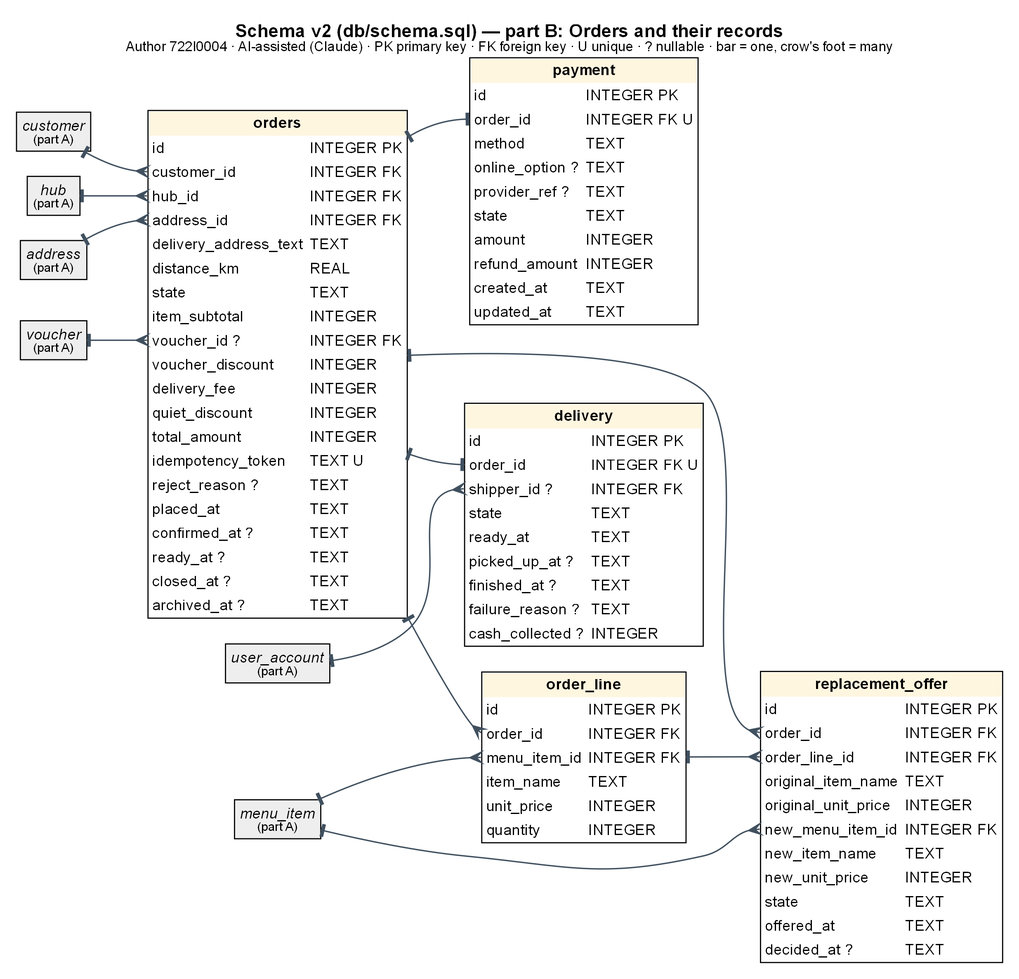
Before: models/shared/erd_final_PartB.png, a diagram exported from Graphviz (Dat071104/SaigonBite). Its source is kept beside it as models/shared/erd_final_PartB.dot.
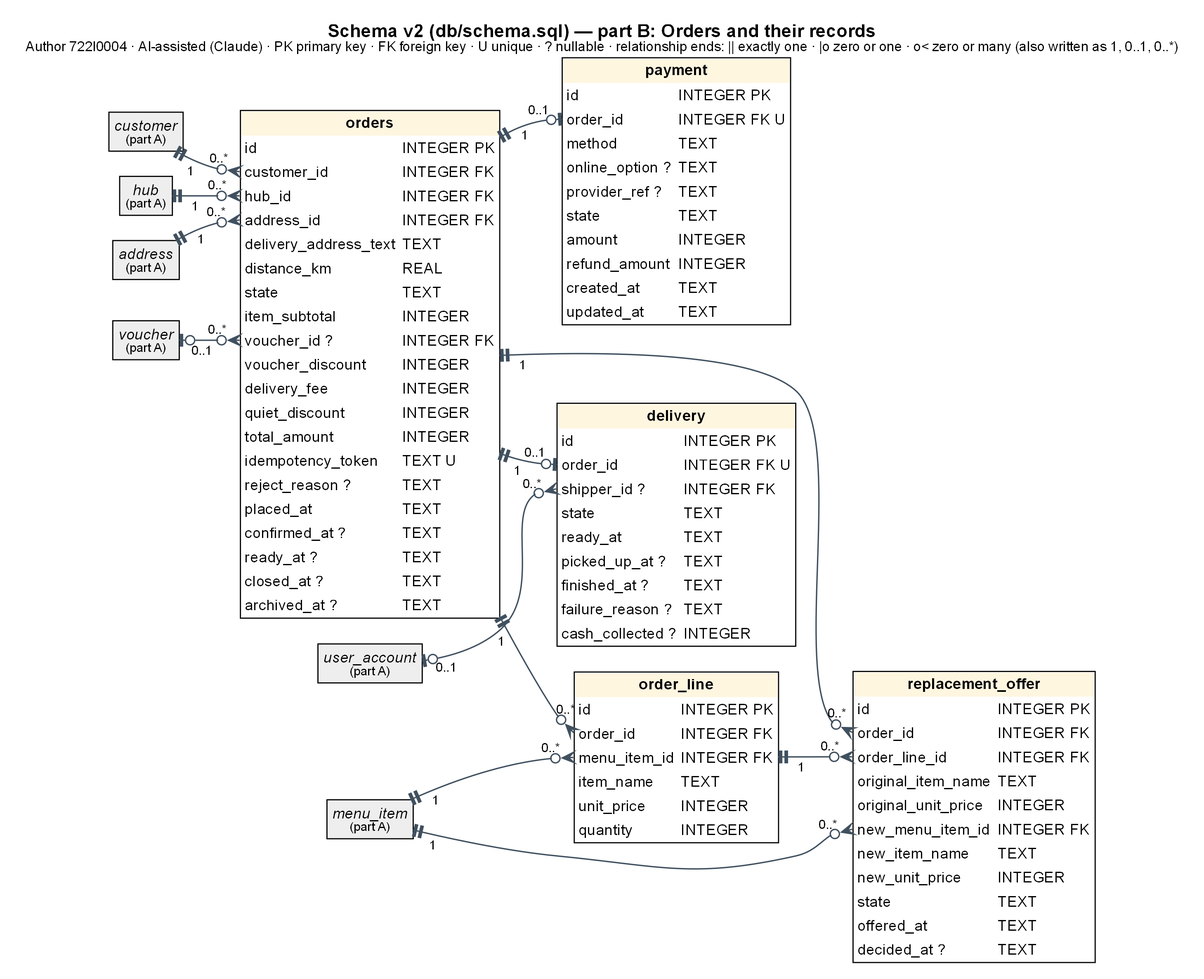
After the change.

Change to the diagram source:
```diff
@@ -1,6 +1,6 @@
 digraph ERD {
 graph [rankdir=LR, nodesep=0.3, ranksep=0.7, fontname="Arial", fontsize=16, pad=0.2, dpi=200, labelloc="t",
- label=<<B>Schema v2 (db/schema.sql) — part B: Orders and their records</B><BR/><FONT POINT-SIZE="12">Author 722I0004 · AI-assisted (Claude) · PK primary key · FK foreign key · U unique · ? nullable · bar = one, crow's foot = many</FONT>>];
+ label=<<B>Schema v2 (db/schema.sql) — part B: Orders and their records</B><BR/><FONT POINT-SIZE="12">Author 722I0004 · AI-assisted (Claude) · PK primary key · FK foreign key · U unique · ? nullable · relationship ends: || exactly one · |o zero or one · o&lt; zero or many (also written as 1, 0..1, 0..*)</FONT>>];
 node [shape=plain, fontname="Arial", fontsize=13];
 edge [color="#40505F", penwidth=1.2];
 "orders" [label=<<TABLE BORDER="1" CELLBORDER="0" CELLSPACING="0" CELLPADDING="3" BGCOLOR="white"><TR><TD BGCOLOR="#FFF6E0" COLSPAN="2"><B>orders</B></TD></TR><TR><TD ALIGN="LEFT" PORT="id">id</TD><TD ALIGN="LEFT">INTEGER PK</TD></TR><TR><TD ALIGN="LEFT" PORT="customer_id">customer_id</TD><TD ALIGN="LEFT">INTEGER FK</TD></TR><TR><TD ALIGN="LEFT" PORT="hub_id">hub_id</TD><TD ALIGN="LEFT">INTEGER FK</TD></TR><TR><TD ALIGN="LEFT" PORT="address_id">address_id</TD><TD ALIGN="LEFT">INTEGER FK</TD></TR><TR><TD ALIGN="LEFT" PORT="delivery_address_text">delivery_address_text</TD><TD ALIGN="LEFT">TEXT </TD></TR><TR><TD ALIGN="LEFT" PORT="distance_km">distance_km</TD><TD ALIGN="LEFT">REAL </TD></TR><TR><TD ALIGN="LEFT" PORT="state">state</TD><TD ALIGN="LEFT">TEXT </TD></TR><TR><TD ALIGN="LEFT" PORT="item_subtotal">item_subtotal</TD><TD ALIGN="LEFT">INTEGER </TD></TR><TR><TD ALIGN="LEFT" PORT="voucher_id">voucher_id ?</TD><TD ALIGN="LEFT">INTEGER FK</TD></TR><TR><TD ALIGN="LEFT" PORT="voucher_discount">voucher_discount</TD><TD ALIGN="LEFT">INTEGER </TD></TR><TR><TD ALIGN="LEFT" PORT="delivery_fee">delivery_fee</TD><TD ALIGN="LEFT">INTEGER </TD></TR><TR><TD ALIGN="LEFT" PORT="quiet_discount">quiet_discount</TD><TD ALIGN="LEFT">INTEGER </TD></TR><TR><TD ALIGN="LEFT" PORT="total_amount">total_amount</TD><TD ALIGN="LEFT">INTEGER </TD></TR><TR><TD ALIGN="LEFT" PORT="idempotency_token">idempotency_token</TD><TD ALIGN="LEFT">TEXT U</TD></TR><TR><TD ALIGN="LEFT" PORT="reject_reason">reject_reason ?</TD><TD ALIGN="LEFT">TEXT </TD></TR><TR><TD ALIGN="LEFT" PORT="placed_at">placed_at</TD><TD ALIGN="LEFT">TEXT </TD></TR><TR><TD ALIGN="LEFT" PORT="confirmed_at">confirmed_at ?</TD><TD ALIGN="LEFT">TEXT </TD></TR><TR><TD ALIGN="LEFT" PORT="ready_at">ready_at ?</TD><TD ALIGN="LEFT">TEXT </TD></TR><TR><TD ALIGN="LEFT" PORT="closed_at">closed_at ?</TD><TD ALIGN="LEFT">TEXT </TD></TR><TR><TD ALIGN="LEFT" PORT="archived_at">archived_at ?</TD><TD ALIGN="LEFT">TEXT </TD></TR></TABLE>>];
@@ -9,21 +9,21 @@
 "delivery" [label=<<TABLE BORDER="1" CELLBORDER="0" CELLSPACING="0" CELLPADDING="3" BGCOLOR="white"><TR><TD BGCOLOR="#FFF6E0" COLSPAN="2"><B>delivery</B></TD></TR><TR><TD ALIGN="LEFT" PORT="id">id</TD><TD ALIGN="LEFT">INTEGER PK</TD></TR><TR><TD ALIGN="LEFT" PORT="order_id">order_id</TD><TD ALIGN="LEFT">INTEGER FK U</TD></TR><TR><TD ALIGN="LEFT" PORT="shipper_id">shipper_id ?</TD><TD ALIGN="LEFT">INTEGER FK</TD></TR><TR><TD ALIGN="LEFT" PORT="state">state</TD><TD ALIGN="LEFT">TEXT </TD></TR><TR><TD ALIGN="LEFT" PORT="ready_at">ready_at</TD><TD ALIGN="LEFT">TEXT </TD></TR><TR><TD ALIGN="LEFT" PORT="picked_up_at">picked_up_at ?</TD><TD ALIGN="LEFT">TEXT </TD></TR><TR><TD ALIGN="LEFT" PORT="finished_at">finished_at ?</TD><TD ALIGN="LEFT">TEXT </TD></TR><TR><TD ALIGN="LEFT" PORT="failure_reason">failure_reason ?</TD><TD ALIGN="LEFT">TEXT </TD></TR><TR><TD ALIGN="LEFT" PORT="cash_collected">cash_collected ?</TD><TD ALIGN="LEFT">INTEGER </TD></TR></TABLE>>];
 "replacement_offer" [label=<<TABLE BORDER="1" CELLBORDER="0" CELLSPACING="0" CELLPADDING="3" BGCOLOR="white"><TR><TD BGCOLOR="#FFF6E0" COLSPAN="2"><B>replacement_offer</B></TD></TR><TR><TD ALIGN="LEFT" PORT="id">id</TD><TD ALIGN="LEFT">INTEGER PK</TD></TR><TR><TD ALIGN="LEFT" PORT="order_id">order_id</TD><TD ALIGN="LEFT">INTEGER FK</TD></TR><TR><TD ALIGN="LEFT" PORT="order_line_id">order_line_id</TD><TD ALIGN="LEFT">INTEGER FK</TD></TR><TR><TD ALIGN="LEFT" PORT="original_item_name">original_item_name</TD><TD ALIGN="LEFT">TEXT </TD></TR><TR><TD ALIGN="LEFT" PORT="original_unit_price">original_unit_price</TD><TD ALIGN="LEFT">INTEGER </TD></TR><TR><TD ALIGN="LEFT" PORT="new_menu_item_id">new_menu_item_id</TD><TD ALIGN="LEFT">INTEGER FK</TD></TR><TR><TD ALIGN="LEFT" PORT="new_item_name">new_item_name</TD><TD ALIGN="LEFT">TEXT </TD></TR><TR><TD ALIGN="LEFT" PORT="new_unit_price">new_unit_price</TD><TD ALIGN="LEFT">INTEGER </TD></TR><TR><TD ALIGN="LEFT" PORT="state">state</TD><TD ALIGN="LEFT">TEXT </TD></TR><TR><TD ALIGN="LEFT" PORT="offered_at">offered_at</TD><TD ALIGN="LEFT">TEXT </TD></TR><TR><TD ALIGN="LEFT" PORT="decided_at">decided_at ?</TD><TD ALIGN="LEFT">TEXT </TD></TR></TABLE>>];
 "voucher" [label=<<TABLE BORDER="1" CELLBORDER="0" BGCOLOR="#EEEEEE"><TR><TD><I>voucher</I><BR/><FONT POINT-SIZE="11">(part A)</FONT></TD></TR></TABLE>>];
-"voucher" -> "orders":"voucher_id" [arrowhead=crow, arrowtail=tee, dir=both];
+"voucher" -> "orders":"voucher_id" [arrowhead=crowodot, arrowtail=teeodot, dir=both, headlabel="0..*", taillabel="0..1", labelfontsize=11, labelfontname=Arial, labeldistance=2.2];
 "address" [label=<<TABLE BORDER="1" CELLBORDER="0" BGCOLOR="#EEEEEE"><TR><TD><I>address</I><BR/><FONT POINT-SIZE="11">(part A)</FONT></TD></TR></TABLE>>];
-"address" -> "orders":"address_id" [arrowhead=crow, arrowtail=tee, dir=both];
+"address" -> "orders":"address_id" [arrowhead=crowodot, arrowtail=teetee, dir=both, headlabel="0..*", taillabel="1", labelfontsize=11, labelfontname=Arial, labeldistance=2.2];
 "hub" [label=<<TABLE BORDER="1" CELLBORDER="0" BGCOLOR="#EEEEEE"><TR><TD><I>hub</I><BR/><FONT POINT-SIZE="11">(part A)</FONT></TD></TR></TABLE>>];
-"hub" -> "orders":"hub_id" [arrowhead=crow, arrowtail=tee, dir=both];
+"hub" -> "orders":"hub_id" [arrowhead=crowodot, arrowtail=teetee, dir=both, headlabel="0..*", taillabel="1", labelfontsize=11, labelfontname=Arial, labeldistance=2.2];
 "customer" [label=<<TABLE BORDER="1" CELLBORDER="0" BGCOLOR="#EEEEEE"><TR><TD><I>customer</I><BR/><FONT POINT-SIZE="11">(part A)</FONT></TD></TR></TABLE>>];
-"customer" -> "orders":"customer_id" [arrowhead=crow, arrowtail=tee, dir=both];
+"customer" -> "orders":"customer_id" [arrowhead=crowodot, arrowtail=teetee, dir=both, headlabel="0..*", taillabel="1", labelfontsize=11, labelfontname=Arial, labeldistance=2.2];
 "menu_item" [label=<<TABLE BORDER="1" CELLBORDER="0" BGCOLOR="#EEEEEE"><TR><TD><I>menu_item</I><BR/><FONT POINT-SIZE="11">(part A)</FONT></TD></TR></TABLE>>];
-"menu_item" -> "order_line":"menu_item_id" [arrowhead=crow, arrowtail=tee, dir=both];
-"orders" -> "order_line":"order_id" [arrowhead=crow, arrowtail=tee, dir=both];
-"orders" -> "payment":"order_id" [arrowhead=tee, arrowtail=tee, dir=both];
+"menu_item" -> "order_line":"menu_item_id" [arrowhead=crowodot, arrowtail=teetee, dir=both, headlabel="0..*", taillabel="1", labelfontsize=11, labelfontname=Arial, labeldistance=2.2];
+"orders" -> "order_line":"order_id" [arrowhead=crowodot, arrowtail=teetee, dir=both, headlabel="0..*", taillabel="1", labelfontsize=11, labelfontname=Arial, labeldistance=2.2];
+"orders" -> "payment":"order_id" [arrowhead=teeodot, arrowtail=teetee, dir=both, headlabel="0..1", taillabel="1", labelfontsize=11, labelfontname=Arial, labeldistance=2.2];
 "user_account" [label=<<TABLE BORDER="1" CELLBORDER="0" BGCOLOR="#EEEEEE"><TR><TD><I>user_account</I><BR/><FONT POINT-SIZE="11">(part A)</FONT></TD></TR></TABLE>>];
-"user_account" -> "delivery":"shipper_id" [arrowhead=crow, arrowtail=tee, dir=both];
-"orders" -> "delivery":"order_id" [arrowhead=tee, arrowtail=tee, dir=both];
-"menu_item" -> "replacement_offer":"new_menu_item_id" [arrowhead=crow, arrowtail=tee, dir=both];
-"order_line" -> "replacement_offer":"order_line_id" [arrowhead=crow, arrowtail=tee, dir=both];
-"orders" -> "replacement_offer":"order_id" [arrowhead=crow, arrowtail=tee, dir=both];
+"user_account" -> "delivery":"shipper_id" [arrowhead=crowodot, arrowtail=teeodot, dir=both, headlabel="0..*", taillabel="0..1", labelfontsize=11, labelfontname=Arial, labeldistance=2.2];
+"orders" -> "delivery":"order_id" [arrowhead=teeodot, arrowtail=teetee, dir=both, headlabel="0..1", taillabel="1", labelfontsize=11, labelfontname=Arial, labeldistance=2.2];
+"menu_item" -> "replacement_offer":"new_menu_item_id" [arrowhead=crowodot, arrowtail=teetee, dir=both, headlabel="0..*", taillabel="1", labelfontsize=11, labelfontname=Arial, labeldistance=2.2];
+"order_line" -> "replacement_offer":"order_line_id" [arrowhead=crowodot, arrowtail=teetee, dir=both, headlabel="0..*", taillabel="1", labelfontsize=11, labelfontname=Arial, labeldistance=2.2];
+"orders" -> "replacement_offer":"order_id" [arrowhead=crowodot, arrowtail=teetee, dir=both, headlabel="0..*", taillabel="1", labelfontsize=11, labelfontname=Arial, labeldistance=2.2];
 }
```
